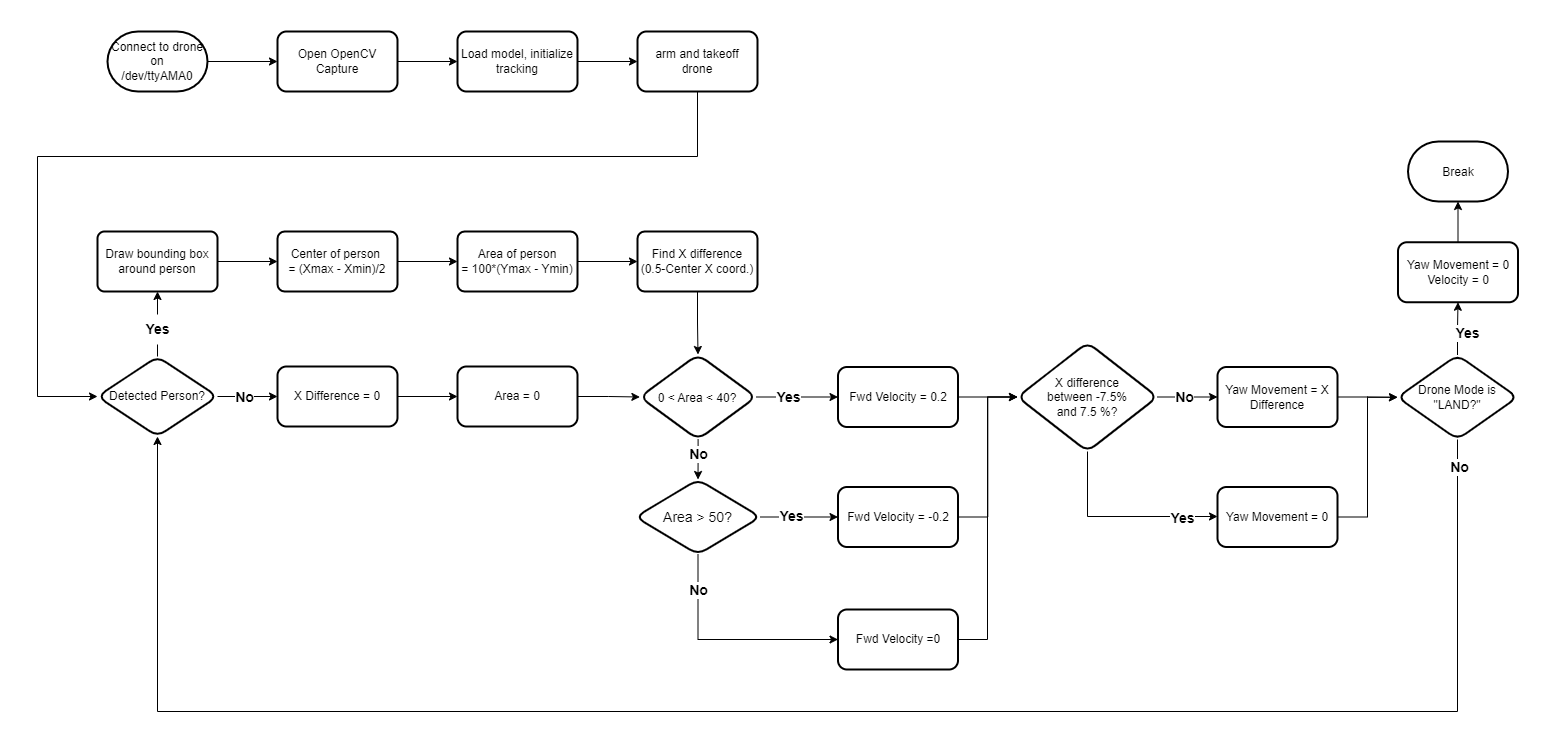
Above: Videos and Pictures/readme gifs/person tracking flowchart.png in tommyzhng/person-tracking-drone (draw.io), before the change. Source tidied: cells renumbered, new cells last; positions are measured from the earlier drawing's top-left corner, leaving out a move shared by most shapes.
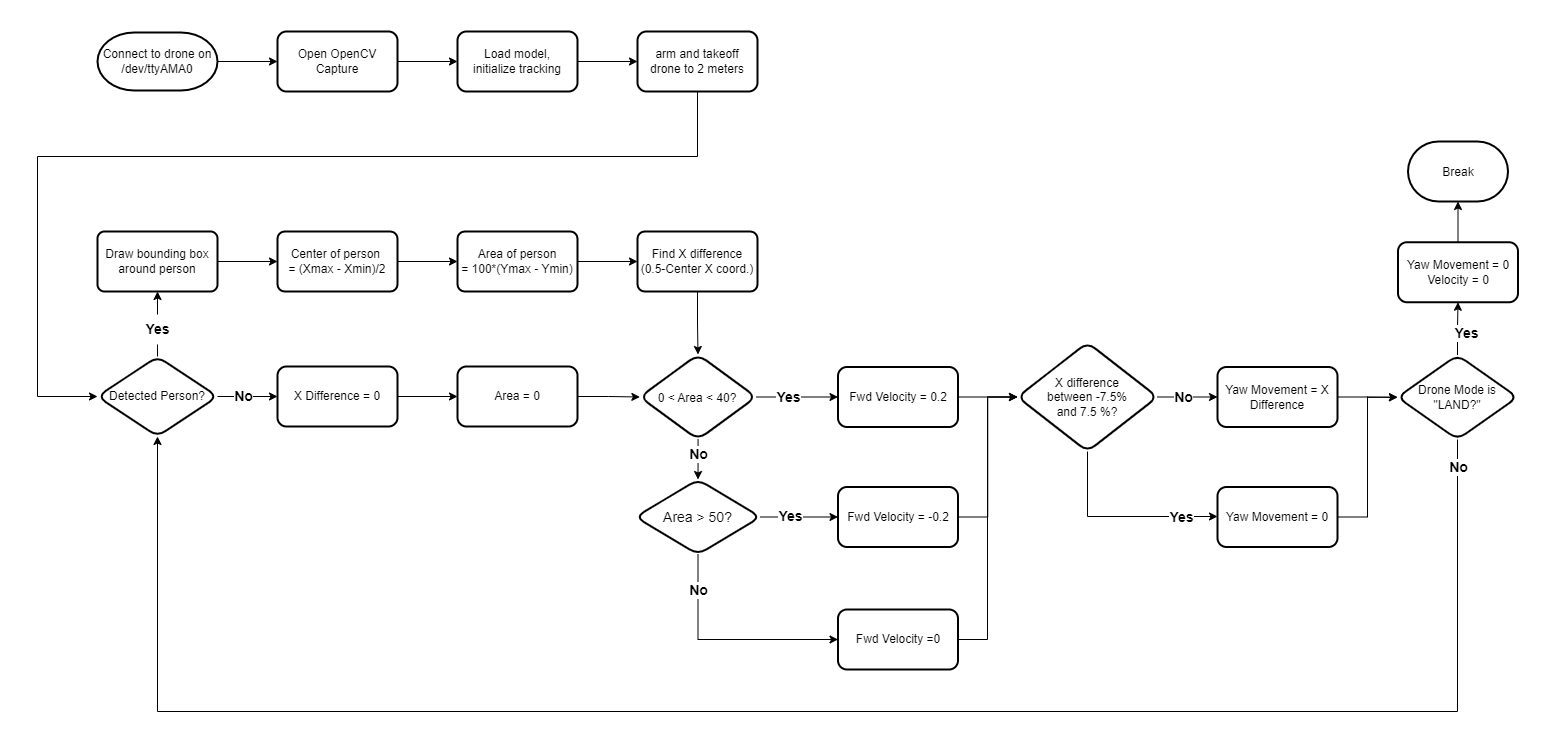
Above is the later version.

The edit, as a diff of the source:
```diff
@@ -6,7 +6,7 @@
       <mxGeometry relative="1" as="geometry" />
     </mxCell>
     <mxCell id="3" value="Connect to drone on&lt;br style=&quot;border-color: var(--border-color);&quot;&gt;/dev/ttyAMA0" style="strokeWidth=2;html=1;shape=mxgraph.flowchart.terminator;whiteSpace=wrap;" parent="1" vertex="1">
-      <mxGeometry x="70" width="100" height="60" as="geometry" />
+      <mxGeometry x="60" y="1" width="120" height="58" as="geometry" />
     </mxCell>
     <mxCell id="4" style="edgeStyle=orthogonalEdgeStyle;rounded=0;jettySize=auto;html=1;fontSize=14;" parent="1" edge="1" source="5" target="7">
       <mxGeometry relative="1" as="geometry" />
@@ -29,7 +29,7 @@
     <mxCell id="10" style="edgeStyle=orthogonalEdgeStyle;rounded=0;jettySize=auto;html=1;fontSize=12;" parent="1" edge="1" source="11" target="13">
       <mxGeometry relative="1" as="geometry" />
     </mxCell>
-    <mxCell id="11" value="Load model, initialize tracking" style="whiteSpace=wrap;html=1;rounded=1;strokeWidth=2;" parent="1" vertex="1">
+    <mxCell id="11" value="Load model, &lt;br&gt;initialize tracking" style="whiteSpace=wrap;html=1;rounded=1;strokeWidth=2;" parent="1" vertex="1">
       <mxGeometry x="420" width="120" height="60" as="geometry" />
     </mxCell>
     <mxCell id="12" style="edgeStyle=orthogonalEdgeStyle;rounded=0;jettySize=auto;html=1;exitX=0.5;exitY=1;exitDx=0;exitDy=0;entryX=0;entryY=0.5;entryDx=0;entryDy=0;" parent="1" edge="1" source="13" target="17">
@@ -41,7 +41,7 @@
         </Array>
       </mxGeometry>
     </mxCell>
-    <mxCell id="13" value="arm and takeoff&lt;br&gt;drone" style="whiteSpace=wrap;html=1;rounded=1;strokeWidth=2;" parent="1" vertex="1">
+    <mxCell id="13" value="arm and takeoff&lt;br&gt;drone to 2 meters" style="whiteSpace=wrap;html=1;rounded=1;strokeWidth=2;" parent="1" vertex="1">
       <mxGeometry x="600" width="120" height="60" as="geometry" />
     </mxCell>
     <mxCell id="14" style="edgeStyle=orthogonalEdgeStyle;rounded=0;jettySize=auto;html=1;entryX=0.5;entryY=1;entryDx=0;entryDy=0;fontSize=14;exitX=0.5;exitY=0;exitDx=0;exitDy=0;startArrow=none;" parent="1" edge="1" source="36" target="5">
```
